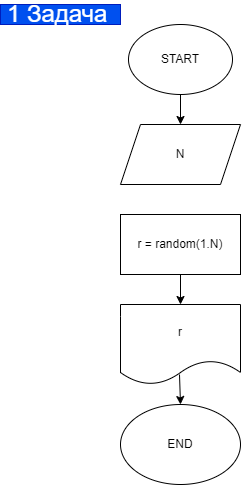
VldadimirR/Practic keeps this draw.io diagram as git1.drawio.png. Above is the earlier version. Source tidied: cells renumbered, new cells last; positions are measured from the earlier drawing's top-left corner, leaving out a move shared by most shapes. Source of this version:
```xml
<mxGraphModel>
  <root>
    <mxCell id="0" />
    <mxCell id="1" parent="0" />
    <mxCell id="2" style="edgeStyle=none;html=1;entryX=0.5;entryY=0;entryDx=0;entryDy=0;" parent="1" edge="1" source="3">
      <mxGeometry relative="1" as="geometry">
        <mxPoint x="180" y="120" as="targetPoint" />
      </mxGeometry>
    </mxCell>
    <mxCell id="3" value="START" style="ellipse;whiteSpace=wrap;html=1;" parent="1" vertex="1">
      <mxGeometry x="128" y="20" width="104" height="70" as="geometry" />
    </mxCell>
    <mxCell id="4" value="N" style="shape=parallelogram;perimeter=parallelogramPerimeter;whiteSpace=wrap;html=1;fixedSize=1;" parent="1" vertex="1">
      <mxGeometry x="120" y="120" width="120" height="60" as="geometry" />
    </mxCell>
    <mxCell id="5" style="edgeStyle=none;html=1;entryX=0.5;entryY=0;entryDx=0;entryDy=0;" parent="1" edge="1" source="6" target="8">
      <mxGeometry relative="1" as="geometry" />
    </mxCell>
    <mxCell id="6" value="r = random(1.N)" style="rounded=0;whiteSpace=wrap;html=1;" parent="1" vertex="1">
      <mxGeometry x="120" y="210" width="120" height="60" as="geometry" />
    </mxCell>
    <mxCell id="7" style="edgeStyle=none;html=1;" parent="1" edge="1" target="9">
      <mxGeometry relative="1" as="geometry">
        <mxPoint x="179" y="370" as="sourcePoint" />
      </mxGeometry>
    </mxCell>
    <mxCell id="8" value="r" style="shape=document;whiteSpace=wrap;html=1;boundedLbl=1;" parent="1" vertex="1">
      <mxGeometry x="120" y="300" width="120" height="80" as="geometry" />
    </mxCell>
    <mxCell id="9" value="END" style="ellipse;whiteSpace=wrap;html=1;" parent="1" vertex="1">
      <mxGeometry x="120" y="400" width="120" height="80" as="geometry" />
    </mxCell>
    <mxCell id="10" value="&lt;font style=&quot;font-size: 24px&quot;&gt;1 Задача&amp;nbsp;&lt;/font&gt;" style="text;html=1;align=center;verticalAlign=middle;strokeColor=#001DBC;fillColor=#0050ef;fontColor=#ffffff;" parent="1" vertex="1">
      <mxGeometry width="120" height="20" as="geometry" />
    </mxCell>
  </root>
</mxGraphModel>
```
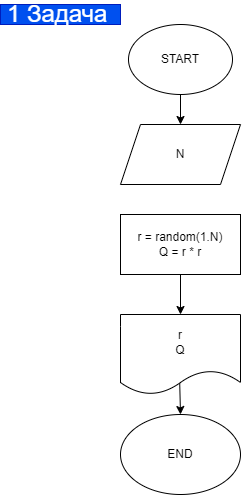
After the commit.

Commit message:
git remote add origin https://github.com/VldadimirR/Practic.git git branch -M main git push -u origin main

Diff of the diagram source:
```diff
@@ -13,10 +13,10 @@
     <mxCell id="4" value="N" style="shape=parallelogram;perimeter=parallelogramPerimeter;whiteSpace=wrap;html=1;fixedSize=1;" parent="1" vertex="1">
       <mxGeometry x="120" y="120" width="120" height="60" as="geometry" />
     </mxCell>
-    <mxCell id="5" style="edgeStyle=none;html=1;entryX=0.5;entryY=0;entryDx=0;entryDy=0;" parent="1" edge="1" source="6" target="8">
+    <mxCell id="5" style="edgeStyle=none;html=1;fontSize=24;" parent="1" edge="1" source="6" target="8">
       <mxGeometry relative="1" as="geometry" />
     </mxCell>
-    <mxCell id="6" value="r = random(1.N)" style="rounded=0;whiteSpace=wrap;html=1;" parent="1" vertex="1">
+    <mxCell id="6" value="r = random(1.N)&lt;br&gt;Q = r * r" style="rounded=0;whiteSpace=wrap;html=1;" parent="1" vertex="1">
       <mxGeometry x="120" y="210" width="120" height="60" as="geometry" />
     </mxCell>
     <mxCell id="7" style="edgeStyle=none;html=1;" parent="1" edge="1" target="9">
@@ -24,11 +24,11 @@
         <mxPoint x="179" y="370" as="sourcePoint" />
       </mxGeometry>
     </mxCell>
-    <mxCell id="8" value="r" style="shape=document;whiteSpace=wrap;html=1;boundedLbl=1;" parent="1" vertex="1">
-      <mxGeometry x="120" y="300" width="120" height="80" as="geometry" />
+    <mxCell id="8" value="r&lt;br&gt;Q" style="shape=document;whiteSpace=wrap;html=1;boundedLbl=1;" parent="1" vertex="1">
+      <mxGeometry x="120" y="310" width="120" height="80" as="geometry" />
     </mxCell>
     <mxCell id="9" value="END" style="ellipse;whiteSpace=wrap;html=1;" parent="1" vertex="1">
-      <mxGeometry x="120" y="400" width="120" height="80" as="geometry" />
+      <mxGeometry x="120" y="410" width="120" height="80" as="geometry" />
     </mxCell>
     <mxCell id="10" value="&lt;font style=&quot;font-size: 24px&quot;&gt;1 Задача&amp;nbsp;&lt;/font&gt;" style="text;html=1;align=center;verticalAlign=middle;strokeColor=#001DBC;fillColor=#0050ef;fontColor=#ffffff;" parent="1" vertex="1">
       <mxGeometry width="120" height="20" as="geometry" />
```
